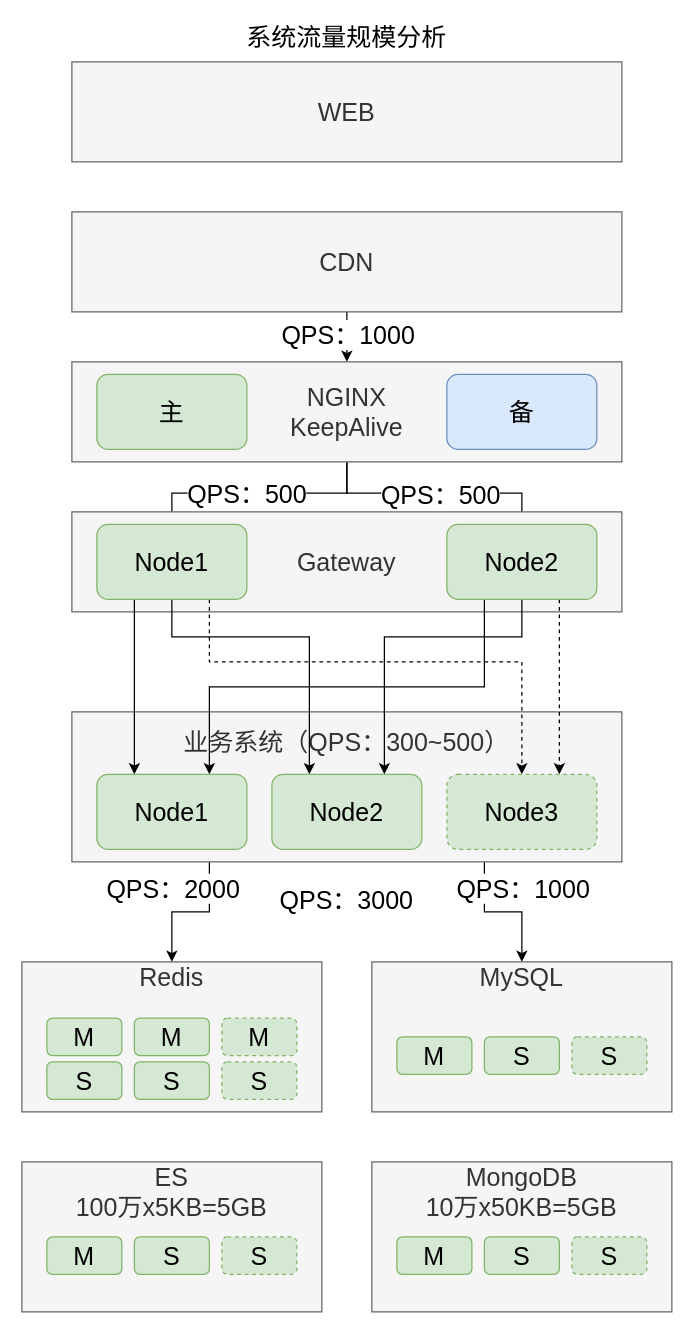
Above: page "流量分析" (2 of 11) of project/ev-er-sec/flaw-patch/flaw-patch.drawio in QQ1350995917/gitbook (draw.io), before the change. Source tidied: cells renumbered, new cells numbered last; positions are measured from the earlier drawing's top-left corner, leaving out a move shared by most shapes. Both pictures are drawn from the tidied source at 125%, with x=0, y=0 at pixel (21, 24).
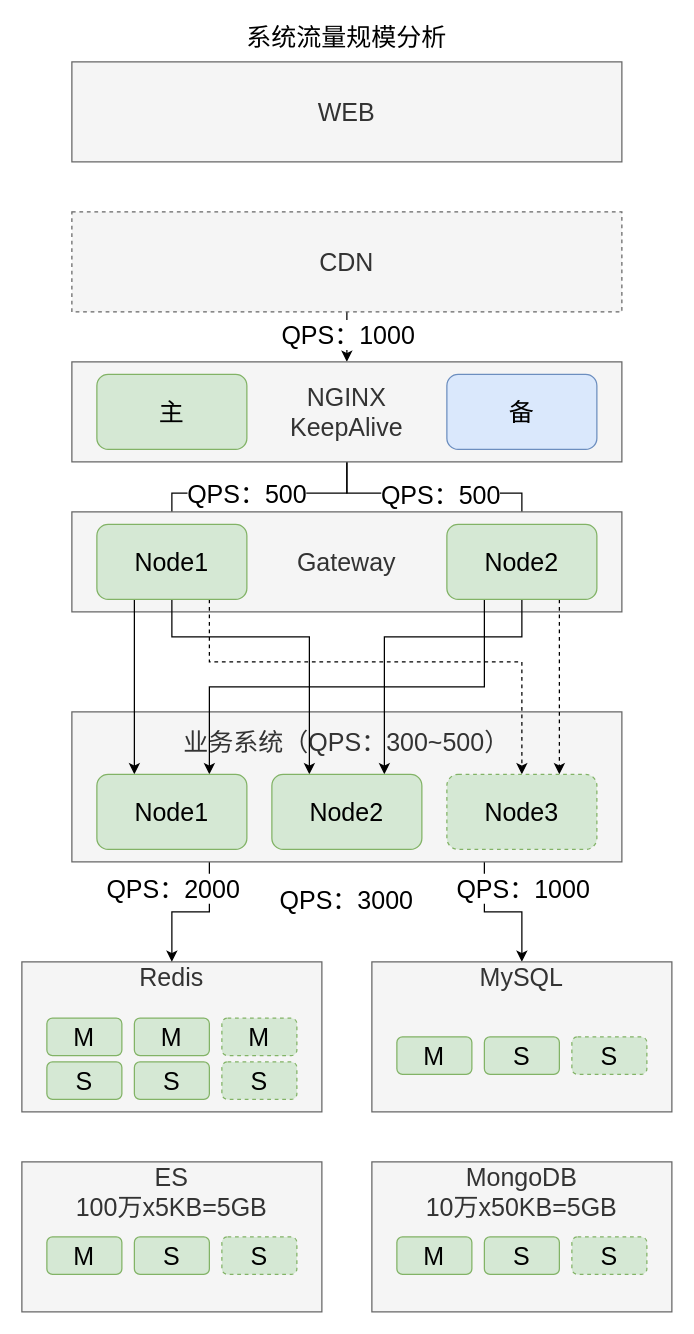
After the change.

Diff of the diagram source:
```diff
@@
-    <mxCell id="12" value="CDN" style="rounded=0;whiteSpace=wrap;html=1;fontSize=20;fillColor=#f5f5f5;strokeColor=#666666;fontColor=#333333;" parent="1" vertex="1">
+    <mxCell id="12" value="CDN" style="rounded=0;whiteSpace=wrap;html=1;fontSize=20;fillColor=#f5f5f5;strokeColor=#666666;fontColor=#333333;dashed=1;" parent="1" vertex="1">
       <mxGeometry x="40" y="150" width="440" height="80" as="geometry" />
     </mxCell>
```
